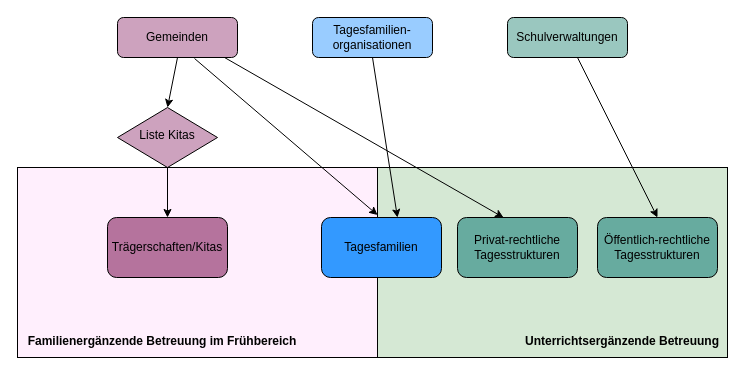
Earlier version of the draw.io diagram Unbenanntes Diagramm.drawio (oliviablo/Rconfig). Source tidied: cells renumbered, new cells numbered last; positions are measured from the earlier drawing's top-left corner, leaving out a move shared by most shapes. Both pictures are drawn from the tidied source at 100%, with x=0, y=0 at pixel (17, 17).
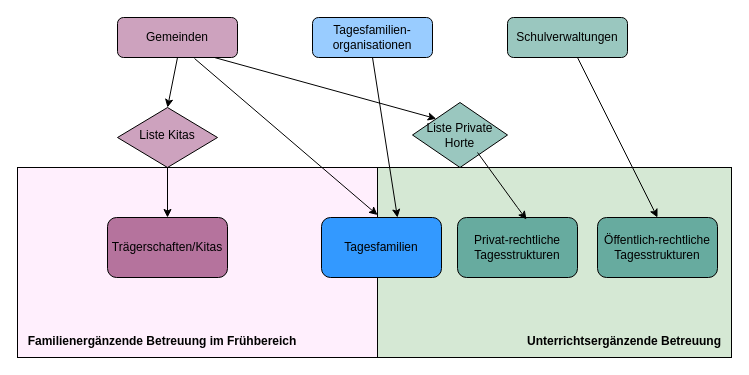
The same diagram, later.

Unchanged cells that the change refers to:
```xml
<mxCell id="4" value="Gemeinden" style="rounded=1;whiteSpace=wrap;html=1;fontSize=12;glass=0;strokeWidth=1;shadow=0;fillColor=#CDA2BE;" parent="1" vertex="1">
  <mxGeometry x="100" width="120" height="40" as="geometry" />
</mxCell>
<mxCell id="9" value="Privat-rechtliche Tagesstrukturen" style="rounded=1;whiteSpace=wrap;html=1;fillColor=#67AB9F;" parent="1" vertex="1">
  <mxGeometry x="440" y="200" width="120" height="60" as="geometry" />
</mxCell>
```

What changed in the source:
```diff
@@
+    <mxCell id="3" value="&lt;div&gt;&lt;br&gt;&lt;/div&gt;&lt;div&gt;&lt;br&gt;&lt;/div&gt;&lt;div&gt;&lt;br&gt;&lt;/div&gt;&lt;div&gt;&lt;br&gt;&lt;/div&gt;&lt;div&gt;&lt;br&gt;&lt;/div&gt;&lt;div&gt;&lt;br&gt;&lt;/div&gt;&lt;div&gt;&lt;br&gt;&lt;/div&gt;&lt;div&gt;&lt;br&gt;&lt;/div&gt;&lt;div&gt;&lt;br&gt;&lt;/div&gt;&lt;div&gt;&lt;br&gt;&lt;/div&gt;&lt;div&gt;&lt;br&gt;&lt;/div&gt;&lt;div&gt;&amp;nbsp; &amp;nbsp; &amp;nbsp; &amp;nbsp; &amp;nbsp; &amp;nbsp; &amp;nbsp; &amp;nbsp; &amp;nbsp; &amp;nbsp; &amp;nbsp; &amp;nbsp; &amp;nbsp; &amp;nbsp; &amp;nbsp; &amp;nbsp; &amp;nbsp; &amp;nbsp; &amp;nbsp; &amp;nbsp; &amp;nbsp;&lt;b&gt; Unterrichtsergänzende Betreuung&lt;/b&gt;&lt;/div&gt;" style="rounded=0;whiteSpace=wrap;html=1;fillColor=#D5E8D4;" parent="1" vertex="1">
+      <mxGeometry x="360" y="150" width="354" height="190" as="geometry" />
+    </mxCell>
@@
-    <mxCell id="3" value="&lt;div&gt;&lt;br&gt;&lt;/div&gt;&lt;div&gt;&lt;br&gt;&lt;/div&gt;&lt;div&gt;&lt;br&gt;&lt;/div&gt;&lt;div&gt;&lt;br&gt;&lt;/div&gt;&lt;div&gt;&lt;br&gt;&lt;/div&gt;&lt;div&gt;&lt;br&gt;&lt;/div&gt;&lt;div&gt;&lt;br&gt;&lt;/div&gt;&lt;div&gt;&lt;br&gt;&lt;/div&gt;&lt;div&gt;&lt;br&gt;&lt;/div&gt;&lt;div&gt;&lt;br&gt;&lt;/div&gt;&lt;div&gt;&lt;br&gt;&lt;/div&gt;&lt;div&gt;&amp;nbsp; &amp;nbsp; &amp;nbsp; &amp;nbsp; &amp;nbsp; &amp;nbsp; &amp;nbsp; &amp;nbsp; &amp;nbsp; &amp;nbsp; &amp;nbsp; &amp;nbsp; &amp;nbsp; &amp;nbsp; &amp;nbsp; &amp;nbsp; &amp;nbsp; &amp;nbsp; &amp;nbsp; &amp;nbsp; &amp;nbsp;&lt;b&gt; Unterrichtsergänzende Betreuung&lt;/b&gt;&lt;/div&gt;" style="rounded=0;whiteSpace=wrap;html=1;fillColor=#D5E8D4;" parent="1" vertex="1">
-      <mxGeometry x="360" y="150" width="350" height="190" as="geometry" />
-    </mxCell>
@@
-    <mxCell id="11" style="endArrow=classic;html=1;rounded=0;entryX=0.94;entryY=1.067;entryDx=0;entryDy=0;entryPerimeter=0;exitX=0.892;exitY=1;exitDx=0;exitDy=0;exitPerimeter=0;" parent="1" edge="1" source="4">
-      <mxGeometry relative="1" as="geometry">
-        <mxPoint x="486" y="200" as="targetPoint" />
-      </mxGeometry>
-    </mxCell>
@@
+    <mxCell id="20" value="Liste Private Horte" style="rhombus;whiteSpace=wrap;html=1;fillColor=#9AC7BF;" parent="1" vertex="1">
+      <mxGeometry x="395" y="85" width="95" height="65" as="geometry" />
+    </mxCell>
+    <mxCell id="21" style="endArrow=classic;html=1;rounded=0;entryX=0;entryY=0;entryDx=0;entryDy=0;exitX=0.808;exitY=1;exitDx=0;exitDy=0;exitPerimeter=0;" parent="1" edge="1" source="4" target="20">
+      <mxGeometry relative="1" as="geometry" />
+    </mxCell>
+    <mxCell id="22" style="endArrow=classic;html=1;rounded=0;entryX=0.575;entryY=0.033;entryDx=0;entryDy=0;entryPerimeter=0;" parent="1" edge="1" target="9">
+      <mxGeometry relative="1" as="geometry">
+        <mxPoint x="460" y="135" as="sourcePoint" />
+        <Array as="points">
+          <mxPoint x="500" y="190" />
+        </Array>
+      </mxGeometry>
+    </mxCell>
```
